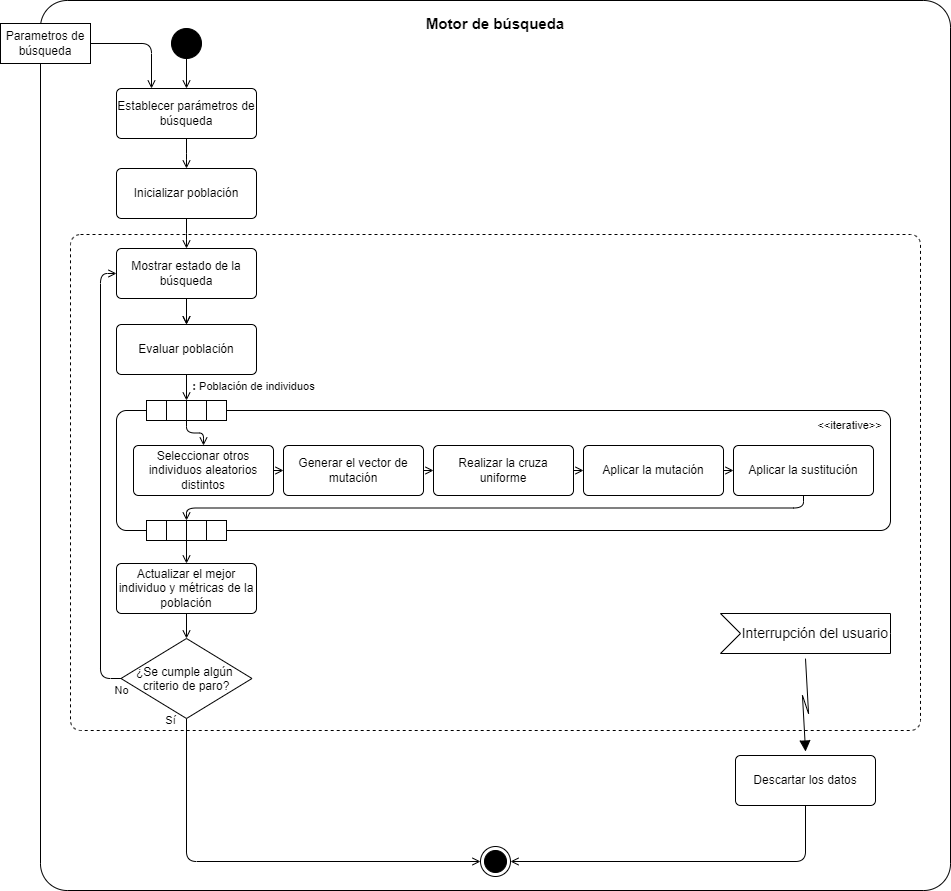
TT-NAS/NAS keeps this draw.io diagram as diagramas/UML/actividades/Buscar arquitectura.drawio.png. Above is the earlier version. Source tidied: cells renumbered, new cells last; positions are measured from the earlier drawing's top-left corner, leaving out a move shared by most shapes.
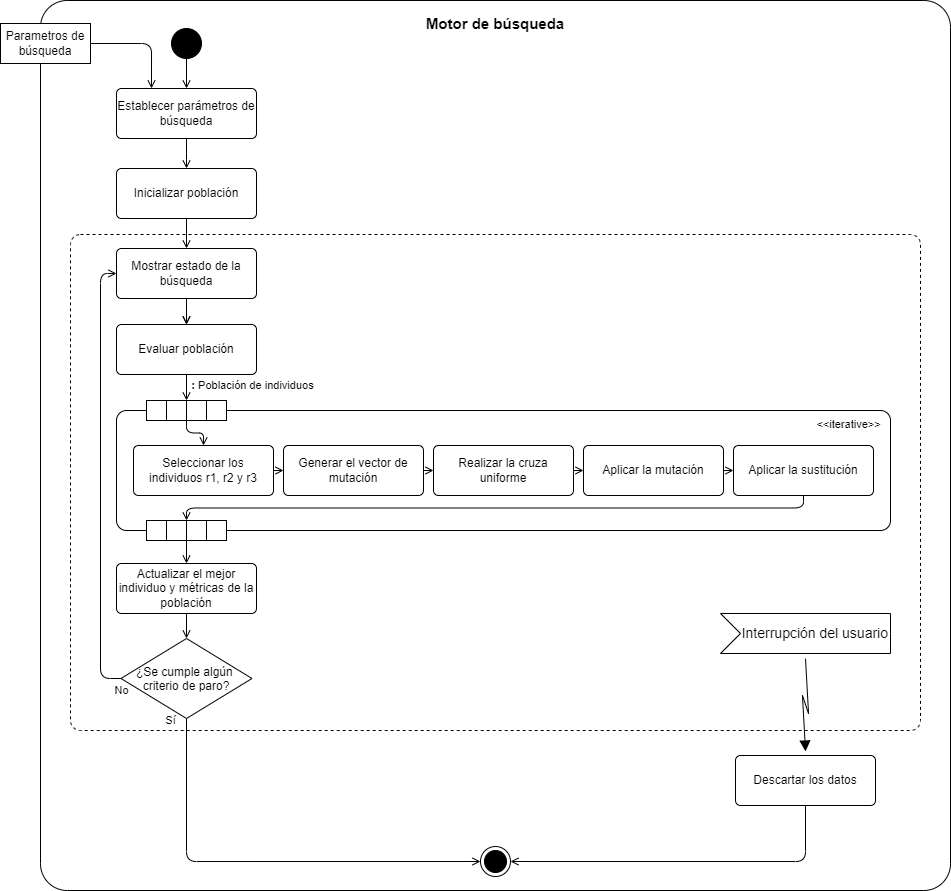
After the change.

The edit, as a diff of the source:
```diff
@@ -172,7 +172,7 @@
     <mxCell id="49" style="edgeStyle=orthogonalEdgeStyle;shape=connector;rounded=1;html=1;exitX=1;exitY=0.5;exitDx=0;exitDy=0;entryX=0;entryY=0.5;entryDx=0;entryDy=0;strokeColor=default;align=center;verticalAlign=middle;fontFamily=Helvetica;fontSize=11;fontColor=#000000;labelBackgroundColor=default;endArrow=open;endFill=0;" parent="1" edge="1" source="50" target="52">
       <mxGeometry relative="1" as="geometry" />
     </mxCell>
-    <mxCell id="50" value="&lt;span style=&quot;&quot;&gt;Seleccionar otros individuos aleatorios distintos&lt;/span&gt;" style="html=1;align=center;verticalAlign=middle;rounded=1;absoluteArcSize=1;arcSize=10;dashed=0;whiteSpace=wrap;fontColor=#000000;" parent="1" vertex="1">
+    <mxCell id="50" value="&lt;span style=&quot;&quot;&gt;Seleccionar los individuos r1, r2 y r3&lt;/span&gt;" style="html=1;align=center;verticalAlign=middle;rounded=1;absoluteArcSize=1;arcSize=10;dashed=0;whiteSpace=wrap;fontColor=#000000;" parent="1" vertex="1">
       <mxGeometry x="133" y="445" width="140" height="50" as="geometry" />
     </mxCell>
     <mxCell id="51" style="edgeStyle=orthogonalEdgeStyle;shape=connector;rounded=1;html=1;exitX=1;exitY=0.5;exitDx=0;exitDy=0;entryX=0;entryY=0.5;entryDx=0;entryDy=0;strokeColor=default;align=center;verticalAlign=middle;fontFamily=Helvetica;fontSize=11;fontColor=#000000;labelBackgroundColor=default;endArrow=open;endFill=0;" parent="1" edge="1" source="52" target="32">
```
